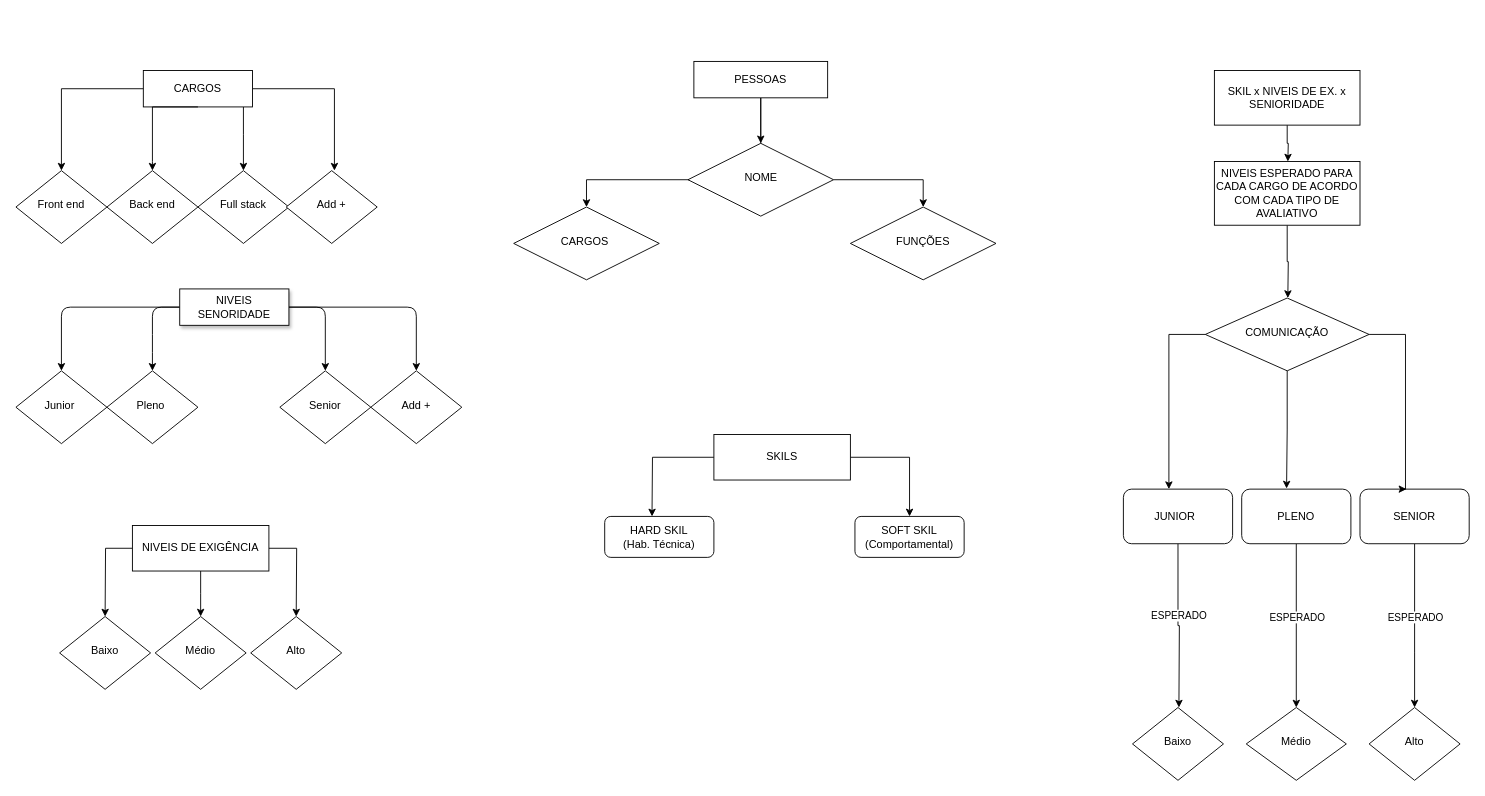
Before: Untitled Diagram.drawio in nat-1501/projeto-site, a draw.io diagram. Source tidied: cells renumbered, new cells numbered last; positions are measured from the earlier drawing's top-left corner, leaving out a move shared by most shapes. Both pictures are drawn from the tidied source at 91%, with x=0, y=0 at pixel (15, 61).
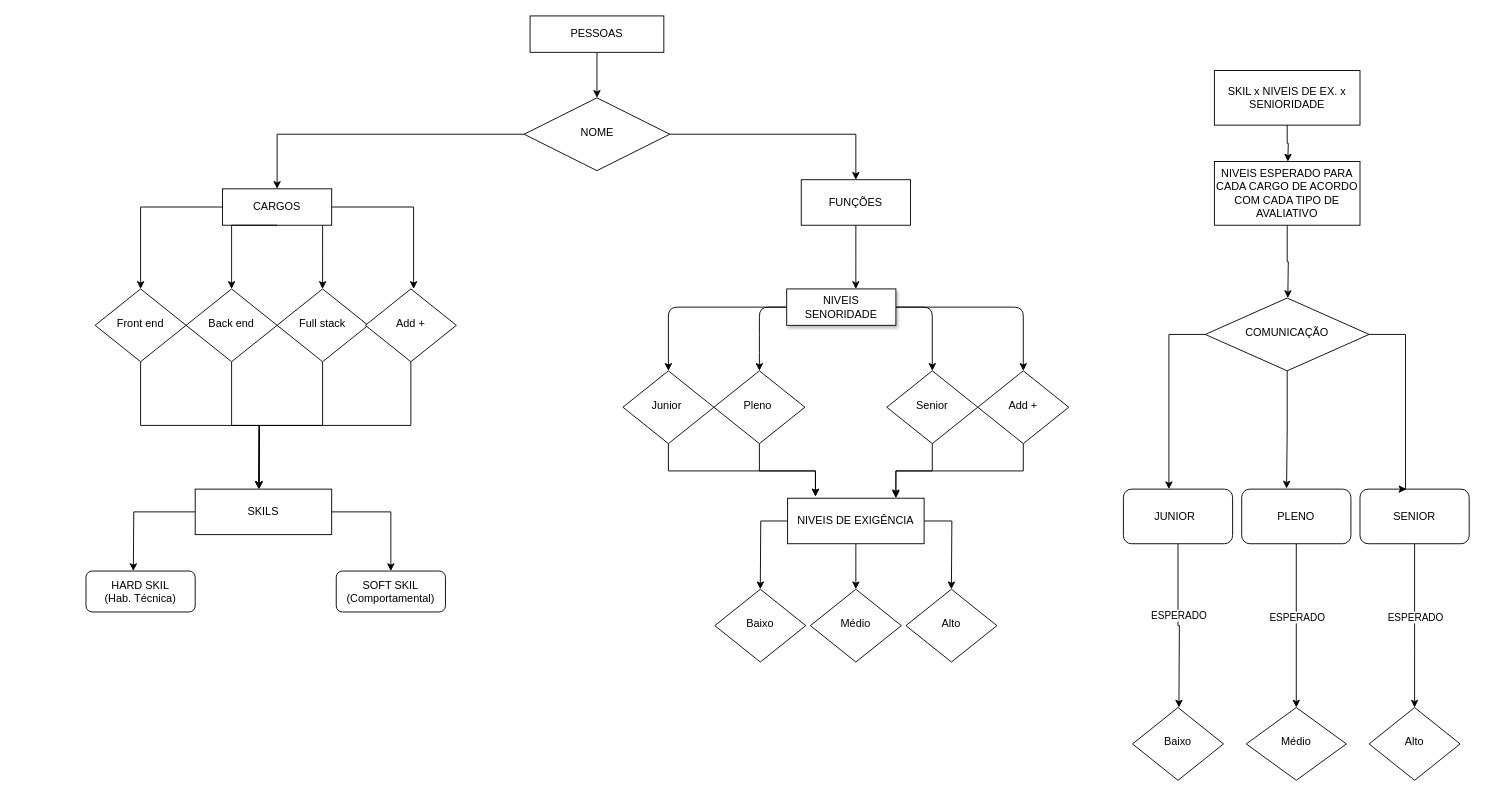
The same diagram, later.

Commit message:
Para aprovação Diagram.drawio

Diff of the diagram source:
```diff
@@
-    <mxCell id="2" style="edgeStyle=orthogonalEdgeStyle;curved=0;rounded=1;sketch=0;jettySize=auto;html=1;" parent="1" edge="1" source="6" target="19">
+    <mxCell id="2" style="edgeStyle=orthogonalEdgeStyle;curved=0;rounded=1;sketch=0;jettySize=auto;html=1;entryX=0.5;entryY=0;entryDx=0;entryDy=0;" parent="1" edge="1" source="6" target="19">
       <mxGeometry relative="1" as="geometry">
         <Array as="points">
-          <mxPoint x="50" y="270" />
+          <mxPoint x="717" y="270" />
         </Array>
       </mxGeometry>
     </mxCell>
     <mxCell id="3" style="edgeStyle=orthogonalEdgeStyle;curved=0;rounded=1;sketch=0;jettySize=auto;html=1;" parent="1" edge="1" source="6" target="20">
       <mxGeometry relative="1" as="geometry">
         <Array as="points">
-          <mxPoint x="150" y="310" />
-          <mxPoint x="150" y="310" />
+          <mxPoint x="817" y="310" />
+          <mxPoint x="817" y="310" />
         </Array>
       </mxGeometry>
     </mxCell>
     <mxCell id="4" style="edgeStyle=orthogonalEdgeStyle;curved=0;rounded=1;sketch=0;jettySize=auto;html=1;exitX=1;exitY=0.5;exitDx=0;exitDy=0;entryX=0.5;entryY=0;entryDx=0;entryDy=0;" parent="1" edge="1" source="6" target="21">
       <mxGeometry relative="1" as="geometry">
         <Array as="points">
-          <mxPoint x="340" y="270" />
+          <mxPoint x="1007" y="270" />
         </Array>
       </mxGeometry>
     </mxCell>
@@
     <mxCell id="6" value="NIVEIS SENORIDADE" style="whiteSpace=wrap;html=1;fontSize=12;glass=0;strokeWidth=1;shadow=1;strokeColor=#000000;" parent="1" vertex="1">
-      <mxGeometry x="180" y="250" width="120" height="40" as="geometry" />
+      <mxGeometry x="847" y="250" width="120" height="40" as="geometry" />
     </mxCell>
     <mxCell id="7" style="edgeStyle=orthogonalEdgeStyle;rounded=0;jettySize=auto;html=1;exitX=0;exitY=0.5;exitDx=0;exitDy=0;entryX=0.5;entryY=0;entryDx=0;entryDy=0;" parent="1" edge="1" source="9">
       <mxGeometry relative="1" as="geometry">
-        <mxPoint x="699" y="500" as="targetPoint" />
+        <mxPoint x="129" y="560" as="targetPoint" />
       </mxGeometry>
     </mxCell>
     <mxCell id="8" style="edgeStyle=orthogonalEdgeStyle;rounded=0;jettySize=auto;html=1;exitX=1;exitY=0.5;exitDx=0;exitDy=0;entryX=0.5;entryY=0;entryDx=0;entryDy=0;" parent="1" edge="1" source="9" target="33">
       <mxGeometry relative="1" as="geometry">
         <Array as="points">
-          <mxPoint x="982" y="435" />
+          <mxPoint x="412" y="495" />
         </Array>
       </mxGeometry>
     </mxCell>
     <mxCell id="9" value="SKILS" style="whiteSpace=wrap;html=1;fontSize=12;glass=0;strokeWidth=1;shadow=0;" parent="1" vertex="1">
-      <mxGeometry x="767" y="410" width="150" height="50" as="geometry" />
+      <mxGeometry x="197" y="470" width="150" height="50" as="geometry" />
     </mxCell>
     <mxCell id="10" style="edgeStyle=orthogonalEdgeStyle;rounded=0;jettySize=auto;html=1;exitX=0.5;exitY=1;exitDx=0;exitDy=0;" parent="1" edge="1" source="13">
       <mxGeometry relative="1" as="geometry">
-        <mxPoint x="203" y="610" as="targetPoint" />
+        <mxPoint x="923" y="580" as="targetPoint" />
       </mxGeometry>
     </mxCell>
     <mxCell id="11" style="edgeStyle=orthogonalEdgeStyle;rounded=0;jettySize=auto;html=1;exitX=0;exitY=0.5;exitDx=0;exitDy=0;" parent="1" edge="1" source="13">
       <mxGeometry relative="1" as="geometry">
-        <mxPoint x="98" y="610" as="targetPoint" />
+        <mxPoint x="818" y="580" as="targetPoint" />
       </mxGeometry>
     </mxCell>
     <mxCell id="12" style="edgeStyle=orthogonalEdgeStyle;rounded=0;jettySize=auto;html=1;exitX=1;exitY=0.5;exitDx=0;exitDy=0;" parent="1" edge="1" source="13">
       <mxGeometry relative="1" as="geometry">
-        <mxPoint x="308" y="610" as="targetPoint" />
+        <mxPoint x="1028" y="580" as="targetPoint" />
       </mxGeometry>
     </mxCell>
     <mxCell id="13" value="NIVEIS DE EXIGÊNCIA" style="whiteSpace=wrap;html=1;fontSize=12;glass=0;strokeWidth=1;shadow=0;" parent="1" vertex="1">
-      <mxGeometry x="128" y="510" width="150" height="50" as="geometry" />
+      <mxGeometry x="848" y="480" width="150" height="50" as="geometry" />
     </mxCell>
-    <mxCell id="14" style="edgeStyle=orthogonalEdgeStyle;rounded=0;jettySize=auto;html=1;entryX=0.5;entryY=0;entryDx=0;entryDy=0;" parent="1" edge="1" source="16" target="57">
-      <mxGeometry relative="1" as="geometry">
-        <Array as="points">
-          <mxPoint x="818" y="130" />
-          <mxPoint x="627" y="130" />
-        </Array>
-      </mxGeometry>
-    </mxCell>
@@
     <mxCell id="16" value="PESSOAS" style="whiteSpace=wrap;html=1;fontSize=12;glass=0;strokeWidth=1;shadow=0;" parent="1" vertex="1">
-      <mxGeometry x="745" width="147" height="40" as="geometry" />
+      <mxGeometry x="565" y="-50" width="147" height="40" as="geometry" />
     </mxCell>
@@
+    <mxCell id="61" style="edgeStyle=orthogonalEdgeStyle;rounded=0;jettySize=auto;html=1;exitX=0.5;exitY=1;exitDx=0;exitDy=0;entryX=0.204;entryY=-0.04;entryDx=0;entryDy=0;entryPerimeter=0;" parent="1" edge="1" source="19" target="13">
+      <mxGeometry relative="1" as="geometry" />
+    </mxCell>
     <mxCell id="19" value="Junior&amp;nbsp;" style="rhombus;whiteSpace=wrap;html=1;shadow=0;fontFamily=Helvetica;fontSize=12;align=center;strokeWidth=1;spacing=6;spacingTop=-4;" parent="1" vertex="1">
-      <mxGeometry y="340" width="100" height="80" as="geometry" />
+      <mxGeometry x="667" y="340" width="100" height="80" as="geometry" />
     </mxCell>
+    <mxCell id="62" style="edgeStyle=orthogonalEdgeStyle;rounded=0;jettySize=auto;html=1;exitX=0.5;exitY=1;exitDx=0;exitDy=0;entryX=0.204;entryY=-0.04;entryDx=0;entryDy=0;entryPerimeter=0;" parent="1" edge="1" source="20" target="13">
+      <mxGeometry relative="1" as="geometry" />
+    </mxCell>
     <mxCell id="20" value="Pleno&amp;nbsp;" style="rhombus;whiteSpace=wrap;html=1;shadow=0;fontFamily=Helvetica;fontSize=12;align=center;strokeWidth=1;spacing=6;spacingTop=-4;" parent="1" vertex="1">
-      <mxGeometry x="100" y="340" width="100" height="80" as="geometry" />
+      <mxGeometry x="767" y="340" width="100" height="80" as="geometry" />
     </mxCell>
+    <mxCell id="63" style="edgeStyle=orthogonalEdgeStyle;rounded=0;jettySize=auto;html=1;" parent="1" edge="1" source="21" target="13">
+      <mxGeometry relative="1" as="geometry">
+        <Array as="points">
+          <mxPoint x="1007" y="450" />
+          <mxPoint x="967" y="450" />
+        </Array>
+      </mxGeometry>
+    </mxCell>
     <mxCell id="21" value="Senior" style="rhombus;whiteSpace=wrap;html=1;shadow=0;fontFamily=Helvetica;fontSize=12;align=center;strokeWidth=1;spacing=6;spacingTop=-4;" parent="1" vertex="1">
-      <mxGeometry x="290" y="340" width="100" height="80" as="geometry" />
+      <mxGeometry x="957" y="340" width="100" height="80" as="geometry" />
     </mxCell>
+    <mxCell id="64" style="edgeStyle=orthogonalEdgeStyle;rounded=0;jettySize=auto;html=1;exitX=0.5;exitY=1;exitDx=0;exitDy=0;entryX=0.793;entryY=-0.023;entryDx=0;entryDy=0;entryPerimeter=0;" parent="1" edge="1" source="22" target="13">
+      <mxGeometry relative="1" as="geometry" />
+    </mxCell>
     <mxCell id="22" value="Add +" style="rhombus;whiteSpace=wrap;html=1;shadow=0;fontFamily=Helvetica;fontSize=12;align=center;strokeWidth=1;spacing=6;spacingTop=-4;" parent="1" vertex="1">
-      <mxGeometry x="390" y="340" width="100" height="80" as="geometry" />
+      <mxGeometry x="1057" y="340" width="100" height="80" as="geometry" />
     </mxCell>
     <mxCell id="23" style="edgeStyle=orthogonalEdgeStyle;rounded=0;jettySize=auto;html=1;entryX=0.5;entryY=0;entryDx=0;entryDy=0;" parent="1" edge="1" source="25">
       <mxGeometry relative="1" as="geometry">
-        <mxPoint x="350" y="120" as="targetPoint" />
+        <mxPoint x="437" y="250" as="targetPoint" />
         <Array as="points">
-          <mxPoint x="350" y="30" />
+          <mxPoint x="437" y="160" />
         </Array>
       </mxGeometry>
     </mxCell>
     <mxCell id="24" style="edgeStyle=orthogonalEdgeStyle;rounded=0;jettySize=auto;html=1;" parent="1" edge="1" source="25" target="29">
       <mxGeometry relative="1" as="geometry">
         <Array as="points">
-          <mxPoint x="250" y="80" />
-          <mxPoint x="250" y="80" />
+          <mxPoint x="337" y="210" />
+          <mxPoint x="337" y="210" />
         </Array>
       </mxGeometry>
     </mxCell>
     <mxCell id="25" value="CARGOS" style="whiteSpace=wrap;html=1;fontSize=12;glass=0;strokeWidth=1;shadow=0;" parent="1" vertex="1">
-      <mxGeometry x="140" y="10" width="120" height="40" as="geometry" />
+      <mxGeometry x="227" y="140" width="120" height="40" as="geometry" />
     </mxCell>
@@
+    <mxCell id="65" style="edgeStyle=orthogonalEdgeStyle;rounded=0;jettySize=auto;html=1;exitX=0.5;exitY=1;exitDx=0;exitDy=0;entryX=0.467;entryY=0;entryDx=0;entryDy=0;entryPerimeter=0;" parent="1" edge="1" source="27" target="9">
+      <mxGeometry relative="1" as="geometry" />
+    </mxCell>
     <mxCell id="27" value="Front end" style="rhombus;whiteSpace=wrap;html=1;shadow=0;fontFamily=Helvetica;fontSize=12;align=center;strokeWidth=1;spacing=6;spacingTop=-4;" parent="1" vertex="1">
-      <mxGeometry y="120" width="100" height="80" as="geometry" />
+      <mxGeometry x="87" y="250" width="100" height="80" as="geometry" />
     </mxCell>
+    <mxCell id="66" style="edgeStyle=orthogonalEdgeStyle;rounded=0;jettySize=auto;html=1;exitX=0.5;exitY=1;exitDx=0;exitDy=0;" parent="1" edge="1" source="28">
+      <mxGeometry relative="1" as="geometry">
+        <mxPoint x="267" y="470" as="targetPoint" />
+      </mxGeometry>
+    </mxCell>
     <mxCell id="28" value="Back end" style="rhombus;whiteSpace=wrap;html=1;shadow=0;fontFamily=Helvetica;fontSize=12;align=center;strokeWidth=1;spacing=6;spacingTop=-4;" parent="1" vertex="1">
-      <mxGeometry x="100" y="120" width="100" height="80" as="geometry" />
+      <mxGeometry x="187" y="250" width="100" height="80" as="geometry" />
     </mxCell>
+    <mxCell id="67" style="edgeStyle=orthogonalEdgeStyle;rounded=0;jettySize=auto;html=1;exitX=0.5;exitY=1;exitDx=0;exitDy=0;" parent="1" edge="1" source="29">
+      <mxGeometry relative="1" as="geometry">
+        <mxPoint x="267" y="470" as="targetPoint" />
+      </mxGeometry>
+    </mxCell>
     <mxCell id="29" value="Full stack" style="rhombus;whiteSpace=wrap;html=1;shadow=0;fontFamily=Helvetica;fontSize=12;align=center;strokeWidth=1;spacing=6;spacingTop=-4;" parent="1" vertex="1">
-      <mxGeometry x="200" y="120" width="100" height="80" as="geometry" />
+      <mxGeometry x="287" y="250" width="100" height="80" as="geometry" />
     </mxCell>
+    <mxCell id="68" style="edgeStyle=orthogonalEdgeStyle;rounded=0;jettySize=auto;html=1;exitX=0.5;exitY=1;exitDx=0;exitDy=0;" parent="1" edge="1" source="30">
+      <mxGeometry relative="1" as="geometry">
+        <mxPoint x="267" y="470" as="targetPoint" />
+      </mxGeometry>
+    </mxCell>
     <mxCell id="30" value="Add +" style="rhombus;whiteSpace=wrap;html=1;shadow=0;fontFamily=Helvetica;fontSize=12;align=center;strokeWidth=1;spacing=6;spacingTop=-4;" parent="1" vertex="1">
-      <mxGeometry x="297" y="120" width="100" height="80" as="geometry" />
+      <mxGeometry x="384" y="250" width="100" height="80" as="geometry" />
     </mxCell>
     <mxCell id="31" style="edgeStyle=orthogonalEdgeStyle;rounded=0;orthogonalLoop=1;jettySize=auto;html=1;" parent="1" edge="1">
       <mxGeometry relative="1" as="geometry">
-        <mxPoint x="200" y="50" as="sourcePoint" />
-        <mxPoint x="150" y="120" as="targetPoint" />
+        <mxPoint x="287" y="180" as="sourcePoint" />
+        <mxPoint x="237" y="250" as="targetPoint" />
         <Array as="points">
-          <mxPoint x="150" y="50" />
-          <mxPoint x="150" y="110" />
+          <mxPoint x="237" y="180" />
         </Array>
       </mxGeometry>
     </mxCell>
     <mxCell id="32" style="edgeStyle=orthogonalEdgeStyle;rounded=0;jettySize=auto;html=1;exitX=0;exitY=0.5;exitDx=0;exitDy=0;" parent="1" edge="1" source="25">
       <mxGeometry relative="1" as="geometry">
-        <mxPoint x="50" y="120" as="targetPoint" />
+        <mxPoint x="137" y="250" as="targetPoint" />
         <Array as="points">
-          <mxPoint x="50" y="30" />
+          <mxPoint x="137" y="160" />
         </Array>
       </mxGeometry>
     </mxCell>
     <mxCell id="33" value="SOFT SKIL&lt;br&gt;(Comportamental)" style="rounded=1;whiteSpace=wrap;html=1;" parent="1" vertex="1">
-      <mxGeometry x="922" y="500" width="120" height="45" as="geometry" />
+      <mxGeometry x="352" y="560" width="120" height="45" as="geometry" />
     </mxCell>
     <mxCell id="34" value="HARD SKIL&lt;br&gt;(Hab. Técnica)" style="rounded=1;whiteSpace=wrap;html=1;" parent="1" vertex="1">
-      <mxGeometry x="647" y="500" width="120" height="45" as="geometry" />
+      <mxGeometry x="77" y="560" width="120" height="45" as="geometry" />
     </mxCell>
     <mxCell id="35" value="Baixo" style="rhombus;whiteSpace=wrap;html=1;shadow=0;fontFamily=Helvetica;fontSize=12;align=center;strokeWidth=1;spacing=6;spacingTop=-4;" parent="1" vertex="1">
-      <mxGeometry x="48" y="610" width="100" height="80" as="geometry" />
+      <mxGeometry x="768" y="580" width="100" height="80" as="geometry" />
     </mxCell>
     <mxCell id="36" value="Alto" style="rhombus;whiteSpace=wrap;html=1;shadow=0;fontFamily=Helvetica;fontSize=12;align=center;strokeWidth=1;spacing=6;spacingTop=-4;" parent="1" vertex="1">
-      <mxGeometry x="258" y="610" width="100" height="80" as="geometry" />
+      <mxGeometry x="978" y="580" width="100" height="80" as="geometry" />
     </mxCell>
     <mxCell id="37" value="Médio" style="rhombus;whiteSpace=wrap;html=1;shadow=0;fontFamily=Helvetica;fontSize=12;align=center;strokeWidth=1;spacing=6;spacingTop=-4;" parent="1" vertex="1">
-      <mxGeometry x="153" y="610" width="100" height="80" as="geometry" />
+      <mxGeometry x="873" y="580" width="100" height="80" as="geometry" />
     </mxCell>
@@
-    <mxCell id="57" value="CARGOS&amp;nbsp;" style="rhombus;whiteSpace=wrap;html=1;shadow=0;fontFamily=Helvetica;fontSize=12;align=center;strokeWidth=1;spacing=6;spacingTop=-4;" parent="1" vertex="1">
-      <mxGeometry x="547" y="160" width="160" height="80" as="geometry" />
-    </mxCell>
-    <mxCell id="58" value="FUNÇÕES" style="rhombus;whiteSpace=wrap;html=1;shadow=0;fontFamily=Helvetica;fontSize=12;align=center;strokeWidth=1;spacing=6;spacingTop=-4;" parent="1" vertex="1">
-      <mxGeometry x="917" y="160" width="160" height="80" as="geometry" />
-    </mxCell>
+    <mxCell id="69" style="edgeStyle=orthogonalEdgeStyle;rounded=0;jettySize=auto;html=1;exitX=0;exitY=0.5;exitDx=0;exitDy=0;entryX=0.5;entryY=0;entryDx=0;entryDy=0;" parent="1" edge="1" source="60" target="25">
+      <mxGeometry relative="1" as="geometry" />
+    </mxCell>
@@
     <mxCell id="60" value="NOME" style="rhombus;whiteSpace=wrap;html=1;shadow=0;fontFamily=Helvetica;fontSize=12;align=center;strokeWidth=1;spacing=6;spacingTop=-4;" parent="1" vertex="1">
-      <mxGeometry x="738.5" y="90" width="160" height="80" as="geometry" />
+      <mxGeometry x="558.5" y="40" width="160" height="80" as="geometry" />
     </mxCell>
+    <mxCell id="70" style="edgeStyle=orthogonalEdgeStyle;rounded=0;jettySize=auto;html=1;" parent="1" edge="1" source="58">
+      <mxGeometry relative="1" as="geometry">
+        <mxPoint x="923" y="250" as="targetPoint" />
+      </mxGeometry>
+    </mxCell>
+    <mxCell id="58" value="FUNÇÕES" style="whiteSpace=wrap;html=1;fontSize=12;glass=0;strokeWidth=1;shadow=0;" parent="1" vertex="1">
+      <mxGeometry x="863" y="130" width="120" height="50" as="geometry" />
+    </mxCell>
```
